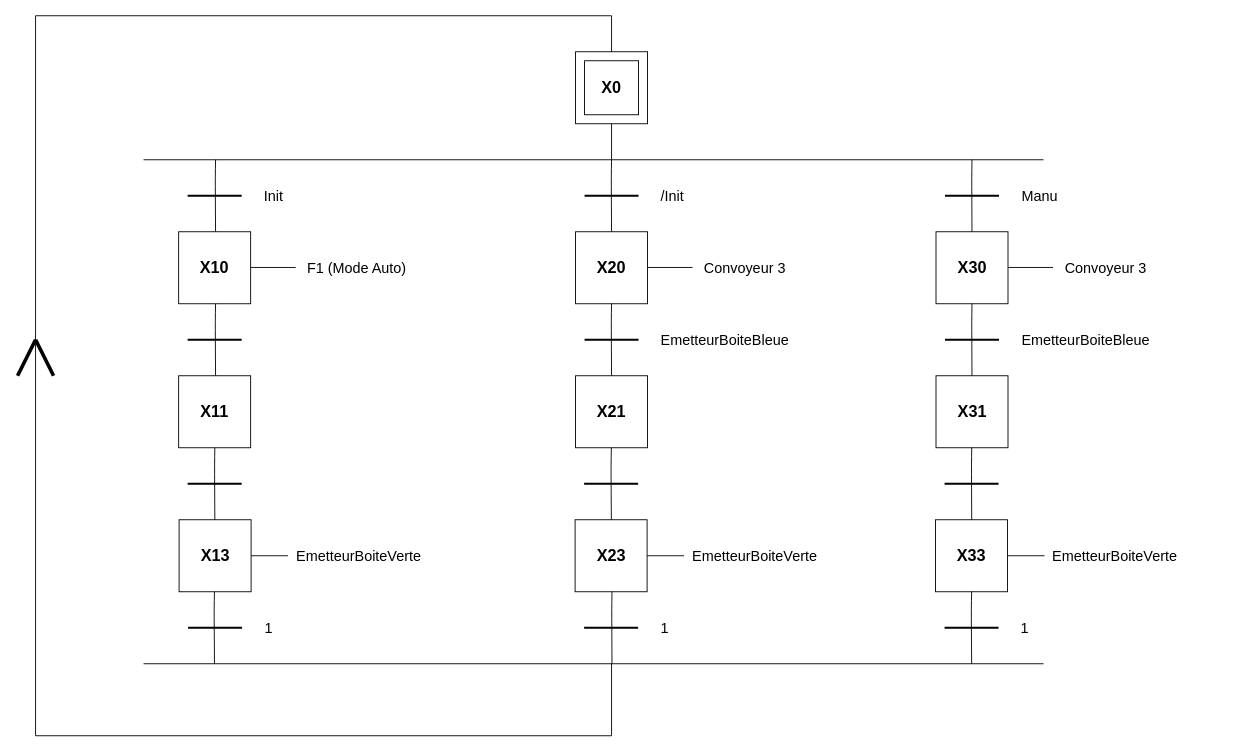
Before: Untitled Diagram.drawio in Sem98-chain/INSA, a draw.io diagram. Source tidied: cells renumbered, new cells numbered last; positions are measured from the earlier drawing's top-left corner, leaving out a move shared by most shapes. Both pictures are drawn from the tidied source at 90%, with x=0, y=0 at pixel (17, 15).
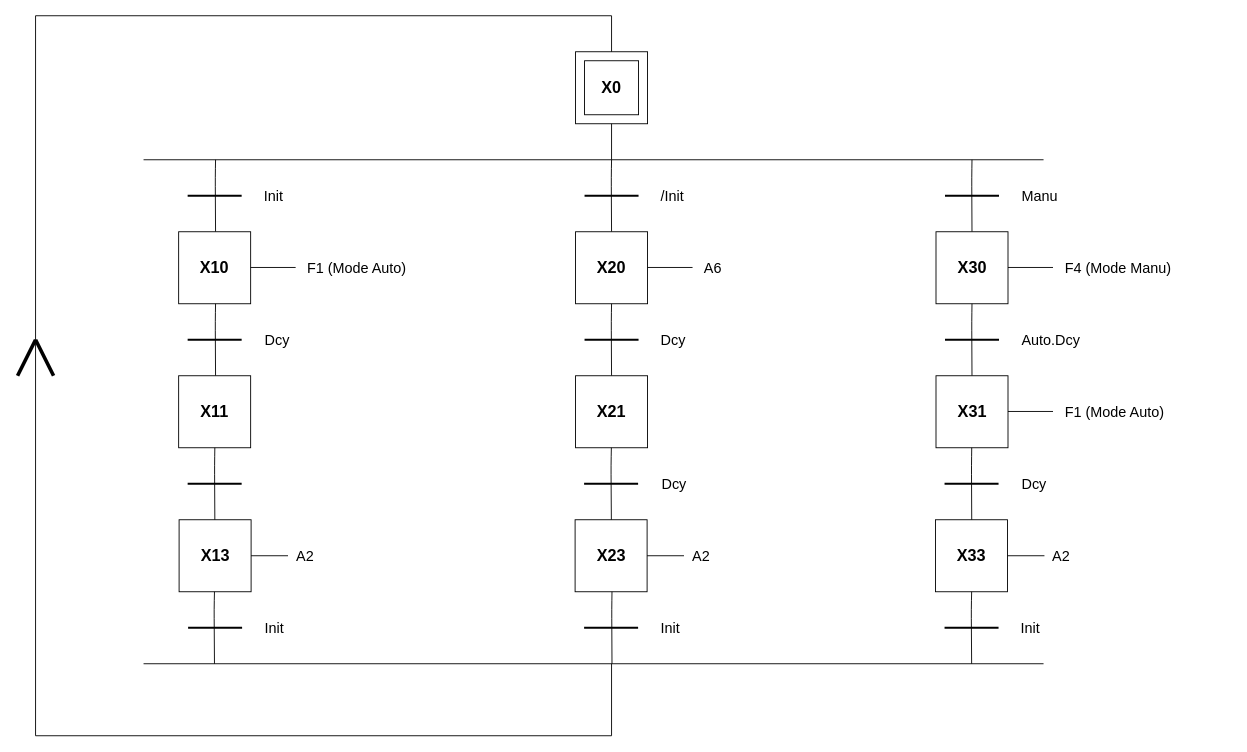
The same diagram, later.

The edit, as a diff of the source:
```diff
@@
-    <mxCell id="30" value="&lt;font style=&quot;font-size: 16px&quot;&gt;EmetteurBoiteBleue&lt;br&gt;&lt;/font&gt;" style="text;html=1;strokeColor=none;fillColor=none;align=left;verticalAlign=middle;whiteSpace=wrap;rounded=0;" parent="1" vertex="1">
-      <mxGeometry x="713" y="350" width="236" height="20" as="geometry" />
+    <mxCell id="30" value="&lt;font style=&quot;font-size: 16px&quot;&gt;Dcy&lt;br&gt;&lt;/font&gt;" style="text;html=1;strokeColor=none;fillColor=none;align=left;verticalAlign=middle;whiteSpace=wrap;rounded=0;" parent="1" vertex="1">
+      <mxGeometry x="713" y="350" width="67" height="20" as="geometry" />
     </mxCell>
@@
-    <mxCell id="37" value="&lt;font style=&quot;font-size: 16px&quot;&gt;Convoyeur 3&lt;/font&gt;" style="text;html=1;strokeColor=none;fillColor=none;align=left;verticalAlign=middle;whiteSpace=wrap;rounded=0;" parent="1" vertex="1">
+    <mxCell id="37" value="&lt;font style=&quot;font-size: 16px&quot;&gt;A6&lt;/font&gt;" style="text;html=1;strokeColor=none;fillColor=none;align=left;verticalAlign=middle;whiteSpace=wrap;rounded=0;" parent="1" vertex="1">
       <mxGeometry x="761" y="270" width="100" height="20" as="geometry" />
     </mxCell>
@@
-    <mxCell id="40" value="&lt;font style=&quot;font-size: 16px&quot;&gt;EmetteurBoiteVerte&lt;/font&gt;" style="text;html=1;strokeColor=none;fillColor=none;align=left;verticalAlign=middle;whiteSpace=wrap;rounded=0;" parent="1" vertex="1">
+    <mxCell id="40" value="&lt;font style=&quot;font-size: 16px&quot;&gt;A2&lt;/font&gt;" style="text;html=1;strokeColor=none;fillColor=none;align=left;verticalAlign=middle;whiteSpace=wrap;rounded=0;" parent="1" vertex="1">
       <mxGeometry x="307.5" y="590" width="140" height="20" as="geometry" />
     </mxCell>
@@
-    <mxCell id="43" value="&lt;font style=&quot;font-size: 16px&quot;&gt;1&lt;br&gt;&lt;/font&gt;" style="text;html=1;strokeColor=none;fillColor=none;align=left;verticalAlign=middle;whiteSpace=wrap;rounded=0;" parent="1" vertex="1">
+    <mxCell id="43" value="&lt;font style=&quot;font-size: 16px&quot;&gt;Init&lt;br&gt;&lt;/font&gt;" style="text;html=1;strokeColor=none;fillColor=none;align=left;verticalAlign=middle;whiteSpace=wrap;rounded=0;" parent="1" vertex="1">
       <mxGeometry x="272.5" y="670" width="128" height="20" as="geometry" />
     </mxCell>
@@
-    <mxCell id="46" value="&lt;font style=&quot;font-size: 16px&quot;&gt;EmetteurBoiteVerte&lt;/font&gt;" style="text;html=1;strokeColor=none;fillColor=none;align=left;verticalAlign=middle;whiteSpace=wrap;rounded=0;" parent="1" vertex="1">
-      <mxGeometry x="747.5" y="590" width="140" height="20" as="geometry" />
+    <mxCell id="46" value="&lt;span style=&quot;font-size: 16px&quot;&gt;A2&lt;/span&gt;" style="text;html=1;strokeColor=none;fillColor=none;align=left;verticalAlign=middle;whiteSpace=wrap;rounded=0;" parent="1" vertex="1">
+      <mxGeometry x="747.5" y="590" width="142.5" height="20" as="geometry" />
     </mxCell>
@@
-    <mxCell id="49" value="&lt;font style=&quot;font-size: 16px&quot;&gt;1&lt;br&gt;&lt;/font&gt;" style="text;html=1;strokeColor=none;fillColor=none;align=left;verticalAlign=middle;whiteSpace=wrap;rounded=0;" parent="1" vertex="1">
+    <mxCell id="49" value="&lt;font style=&quot;font-size: 16px&quot;&gt;Init&lt;br&gt;&lt;/font&gt;" style="text;html=1;strokeColor=none;fillColor=none;align=left;verticalAlign=middle;whiteSpace=wrap;rounded=0;" parent="1" vertex="1">
       <mxGeometry x="712.5" y="670" width="128" height="20" as="geometry" />
     </mxCell>
@@
-    <mxCell id="66" value="&lt;font style=&quot;font-size: 16px&quot;&gt;EmetteurBoiteBleue&lt;br&gt;&lt;/font&gt;" style="text;html=1;strokeColor=none;fillColor=none;align=left;verticalAlign=middle;whiteSpace=wrap;rounded=0;" parent="1" vertex="1">
-      <mxGeometry x="1113.5" y="350" width="236" height="20" as="geometry" />
+    <mxCell id="66" value="&lt;font style=&quot;font-size: 16px&quot;&gt;Auto.Dcy&lt;br&gt;&lt;/font&gt;" style="text;html=1;strokeColor=none;fillColor=none;align=left;verticalAlign=middle;whiteSpace=wrap;rounded=0;" parent="1" vertex="1">
+      <mxGeometry x="1113.5" y="350" width="86.5" height="20" as="geometry" />
     </mxCell>
@@
-    <mxCell id="68" value="&lt;font style=&quot;font-size: 16px&quot;&gt;Convoyeur 3&lt;/font&gt;" style="text;html=1;strokeColor=none;fillColor=none;align=left;verticalAlign=middle;whiteSpace=wrap;rounded=0;" parent="1" vertex="1">
-      <mxGeometry x="1161.5" y="270" width="100" height="20" as="geometry" />
+    <mxCell id="68" value="&lt;font style=&quot;font-size: 16px&quot;&gt;F4 (Mode Manu)&lt;/font&gt;" style="text;html=1;strokeColor=none;fillColor=none;align=left;verticalAlign=middle;whiteSpace=wrap;rounded=0;" parent="1" vertex="1">
+      <mxGeometry x="1161.5" y="270" width="138.5" height="20" as="geometry" />
     </mxCell>
@@
-    <mxCell id="71" value="&lt;font style=&quot;font-size: 16px&quot;&gt;EmetteurBoiteVerte&lt;/font&gt;" style="text;html=1;strokeColor=none;fillColor=none;align=left;verticalAlign=middle;whiteSpace=wrap;rounded=0;" parent="1" vertex="1">
+    <mxCell id="71" value="&lt;font style=&quot;font-size: 16px&quot;&gt;A2&lt;/font&gt;" style="text;html=1;strokeColor=none;fillColor=none;align=left;verticalAlign=middle;whiteSpace=wrap;rounded=0;" parent="1" vertex="1">
       <mxGeometry x="1148" y="590" width="140" height="20" as="geometry" />
     </mxCell>
@@
-    <mxCell id="74" value="&lt;font style=&quot;font-size: 16px&quot;&gt;1&lt;br&gt;&lt;/font&gt;" style="text;html=1;strokeColor=none;fillColor=none;align=left;verticalAlign=middle;whiteSpace=wrap;rounded=0;" parent="1" vertex="1">
+    <mxCell id="74" value="&lt;font style=&quot;font-size: 16px&quot;&gt;Init&lt;br&gt;&lt;/font&gt;" style="text;html=1;strokeColor=none;fillColor=none;align=left;verticalAlign=middle;whiteSpace=wrap;rounded=0;" parent="1" vertex="1">
       <mxGeometry x="1113" y="670" width="128" height="20" as="geometry" />
     </mxCell>
@@
+    <mxCell id="80" value="&lt;font style=&quot;font-size: 16px&quot;&gt;Dcy&lt;br&gt;&lt;/font&gt;" style="text;html=1;strokeColor=none;fillColor=none;align=left;verticalAlign=middle;whiteSpace=wrap;rounded=0;" parent="1" vertex="1">
+      <mxGeometry x="272.5" y="350" width="67" height="20" as="geometry" />
+    </mxCell>
+    <mxCell id="81" style="endArrow=none;html=1;strokeWidth=1;" parent="1" edge="1">
+      <mxGeometry relative="1" as="geometry">
+        <mxPoint x="1100.5" y="439.7" as="sourcePoint" />
+        <mxPoint x="1150.5" y="439.7" as="targetPoint" />
+      </mxGeometry>
+    </mxCell>
+    <mxCell id="82" value="&lt;font style=&quot;font-size: 16px&quot;&gt;F1 (Mode Auto)&lt;/font&gt;" style="text;html=1;strokeColor=none;fillColor=none;align=left;verticalAlign=middle;whiteSpace=wrap;rounded=0;" parent="1" vertex="1">
+      <mxGeometry x="1161.5" y="430" width="138.5" height="20" as="geometry" />
+    </mxCell>
+    <mxCell id="83" style="text;html=1;align=center;verticalAlign=middle;" parent="1" vertex="1">
+      <mxGeometry x="818" y="470" width="20" height="20" as="geometry" />
+    </mxCell>
+    <mxCell id="84" value="&lt;font style=&quot;font-size: 16px&quot;&gt;Dcy&lt;br&gt;&lt;/font&gt;" style="text;html=1;strokeColor=none;fillColor=none;align=left;verticalAlign=middle;whiteSpace=wrap;rounded=0;" parent="1" vertex="1">
+      <mxGeometry x="714" y="510" width="67" height="20" as="geometry" />
+    </mxCell>
+    <mxCell id="85" value="&lt;font style=&quot;font-size: 16px&quot;&gt;Dcy&lt;br&gt;&lt;/font&gt;" style="text;html=1;strokeColor=none;fillColor=none;align=left;verticalAlign=middle;whiteSpace=wrap;rounded=0;" parent="1" vertex="1">
+      <mxGeometry x="1113.5" y="510" width="67" height="20" as="geometry" />
+    </mxCell>
```
